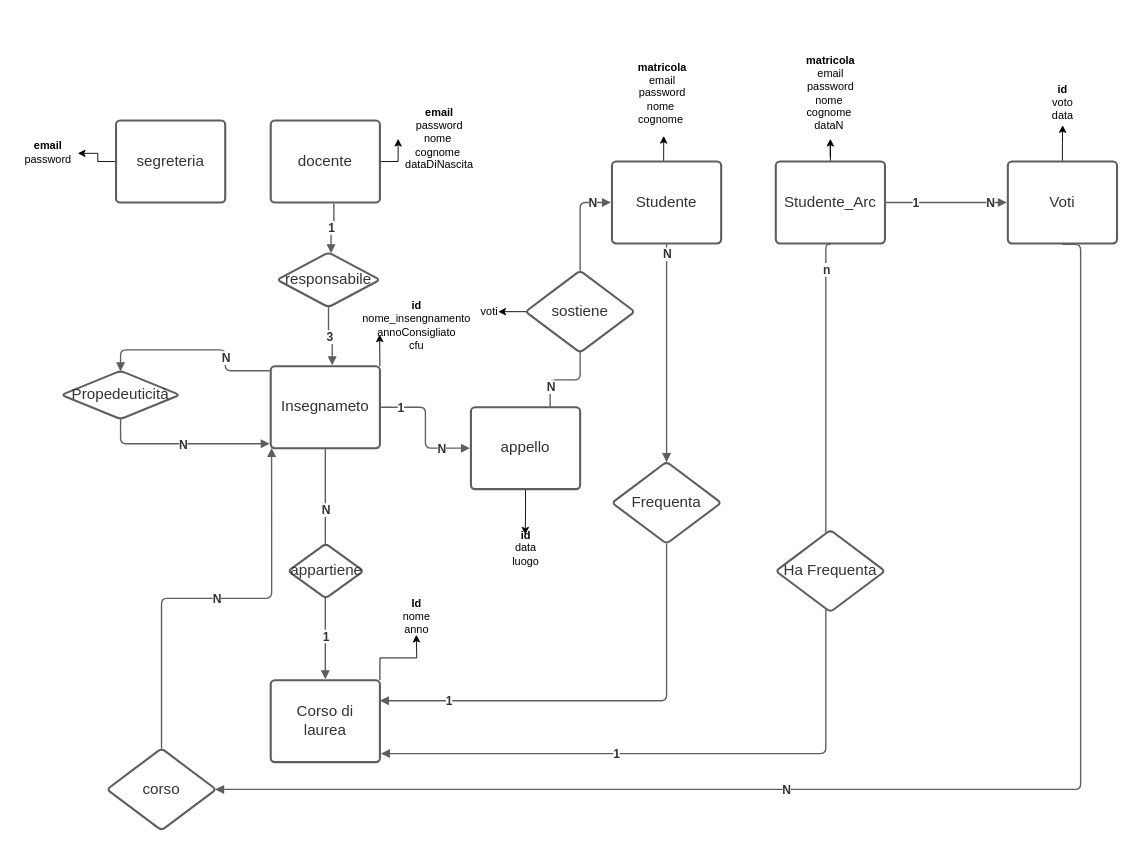
MartinWWDC/EsameLabBasiDiDati keeps this draw.io diagram as Diagramma senza titolo.drawio. Above is the earlier version. Source tidied: cells renumbered, new cells numbered last; positions are measured from the earlier drawing's top-left corner, leaving out a move shared by most shapes. Both pictures are drawn from the tidied source at 91%, with x=0, y=0 at pixel (15, 47).
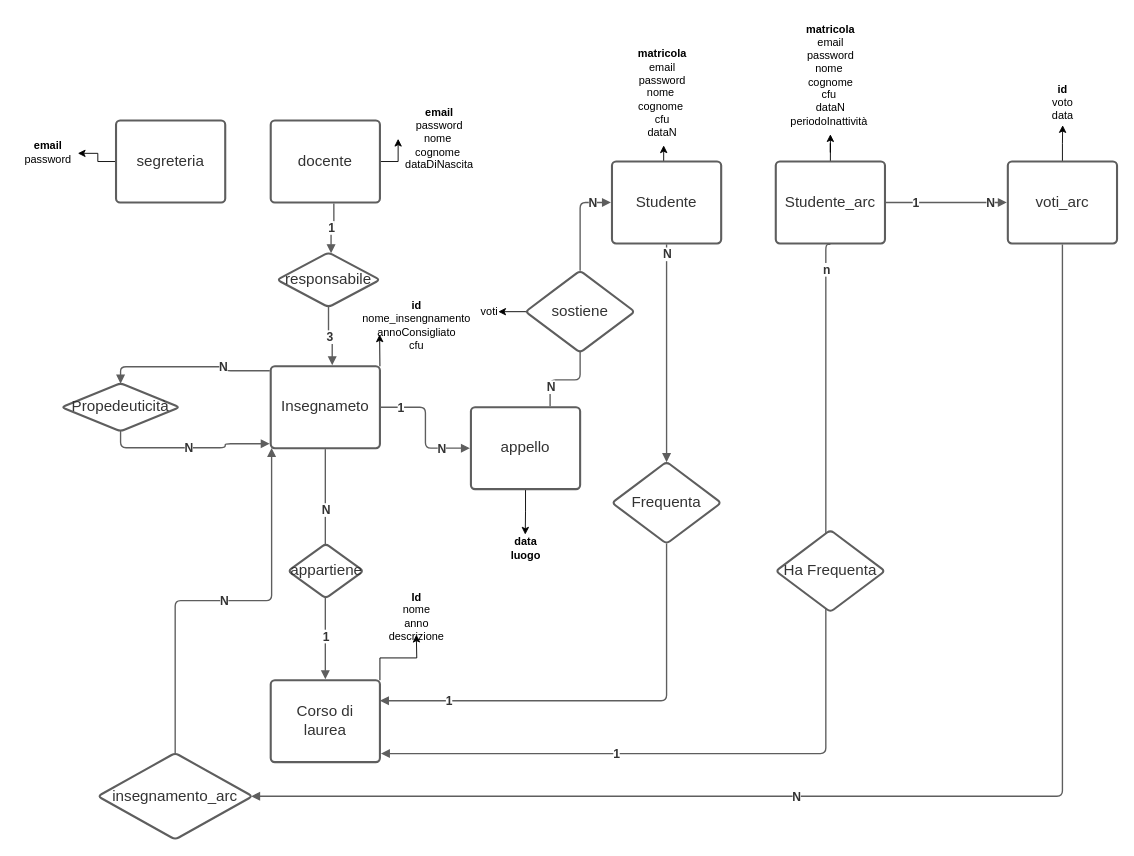
The same diagram, later.

What changed in the source:
```diff
@@
     <mxCell id="31" value="Propedeuticità" style="html=1;overflow=block;blockSpacing=1;whiteSpace=wrap;rhombus;fontSize=16.7;fontColor=#333333;spacing=3.8;strokeColor=#5e5e5e;strokeOpacity=100;rounded=1;absoluteArcSize=1;arcSize=9;strokeWidth=2.3;lucidId=iEYZwo-T4-ZH;" parent="1" vertex="1">
-      <mxGeometry x="50" y="355" width="130" height="53" as="geometry" />
+      <mxGeometry x="50" y="368.5" width="130" height="53" as="geometry" />
     </mxCell>
@@
-    <mxCell id="39" value="Studente_Arc" style="html=1;overflow=block;blockSpacing=1;whiteSpace=wrap;fontSize=16.7;fontColor=#333333;spacing=9;strokeColor=#5e5e5e;strokeOpacity=100;rounded=1;absoluteArcSize=1;arcSize=9;strokeWidth=2.3;lucidId=5dZZgvOSPA.B;" parent="1" vertex="1">
+    <mxCell id="39" value="Studente_arc" style="html=1;overflow=block;blockSpacing=1;whiteSpace=wrap;fontSize=16.7;fontColor=#333333;spacing=9;strokeColor=#5e5e5e;strokeOpacity=100;rounded=1;absoluteArcSize=1;arcSize=9;strokeWidth=2.3;lucidId=5dZZgvOSPA.B;" parent="1" vertex="1">
       <mxGeometry x="835" y="125" width="120" height="90" as="geometry" />
     </mxCell>
@@
-    <mxCell id="48" value="Voti" style="html=1;overflow=block;blockSpacing=1;whiteSpace=wrap;fontSize=16.7;fontColor=#333333;spacing=9;strokeColor=#5e5e5e;strokeOpacity=100;rounded=1;absoluteArcSize=1;arcSize=9;strokeWidth=2.3;lucidId=IkZZc8FUXFHt;" parent="1" vertex="1">
+    <mxCell id="48" value="voti_arc" style="html=1;overflow=block;blockSpacing=1;whiteSpace=wrap;fontSize=16.7;fontColor=#333333;spacing=9;strokeColor=#5e5e5e;strokeOpacity=100;rounded=1;absoluteArcSize=1;arcSize=9;strokeWidth=2.3;lucidId=IkZZc8FUXFHt;" parent="1" vertex="1">
       <mxGeometry x="1090" y="125" width="120" height="90" as="geometry" />
     </mxCell>
     <mxCell id="49" style="html=1;jettySize=18;whiteSpace=wrap;fontSize=13;strokeColor=#5E5E5E;strokeWidth=1.5;rounded=1;arcSize=12;edgeStyle=orthogonalEdgeStyle;startArrow=none;endArrow=block;endFill=1;exitX=0.5;exitY=1.012;exitPerimeter=0;entryX=0.991;entryY=0.5;entryPerimeter=0;lucidId=Bbj04BpzYJIC;" parent="1" edge="1" source="48" target="51">
       <mxGeometry relative="1" as="geometry">
         <Array as="points">
-          <mxPoint x="1170" y="216" />
-          <mxPoint x="1170" y="815" />
+          <mxPoint x="1150" y="823" />
         </Array>
       </mxGeometry>
     </mxCell>
@@
-    <mxCell id="51" value="corso" style="html=1;overflow=block;blockSpacing=1;whiteSpace=wrap;rhombus;fontSize=16.7;fontColor=#333333;spacing=3.8;strokeColor=#5e5e5e;strokeOpacity=100;rounded=1;absoluteArcSize=1;arcSize=9;strokeWidth=2.3;lucidId=Cbj0WAT~JnRN;" parent="1" vertex="1">
-      <mxGeometry x="100" y="770" width="120" height="90" as="geometry" />
+    <mxCell id="51" value="insegnamento_arc" style="html=1;overflow=block;blockSpacing=1;whiteSpace=wrap;rhombus;fontSize=16.7;fontColor=#333333;spacing=3.8;strokeColor=#5e5e5e;strokeOpacity=100;rounded=1;absoluteArcSize=1;arcSize=9;strokeWidth=2.3;lucidId=Cbj0WAT~JnRN;" parent="1" vertex="1">
+      <mxGeometry x="90" y="775" width="170" height="95" as="geometry" />
     </mxCell>
@@
-    <mxCell id="60" value="&lt;b&gt;matricola&lt;/b&gt;&lt;br&gt;email&lt;br&gt;password&lt;br&gt;nome&amp;nbsp;&lt;br&gt;cognome&amp;nbsp;" style="text;html=1;align=center;verticalAlign=middle;points=[];strokeColor=none;fillColor=none;" parent="1" vertex="1">
-      <mxGeometry x="670" y="5" width="80" height="90" as="geometry" />
+    <mxCell id="60" value="&lt;b&gt;matricola&lt;/b&gt;&lt;br&gt;email&lt;br&gt;password&lt;br&gt;nome&amp;nbsp;&lt;br&gt;cognome&amp;nbsp;&lt;br&gt;cfu&lt;br&gt;dataN" style="text;html=1;align=center;verticalAlign=middle;points=[];strokeColor=none;fillColor=none;" parent="1" vertex="1">
+      <mxGeometry x="670" y="-5" width="80" height="110" as="geometry" />
     </mxCell>
-    <mxCell id="61" value="&lt;b&gt;matricola&lt;/b&gt;&lt;br&gt;email&lt;br&gt;password&lt;br&gt;nome&amp;nbsp;&lt;br&gt;cognome&amp;nbsp;&lt;br&gt;dataN&amp;nbsp;" style="text;html=1;align=center;verticalAlign=middle;points=[];strokeColor=none;fillColor=none;" parent="1" vertex="1">
-      <mxGeometry x="855" width="80" height="100" as="geometry" />
+    <mxCell id="61" value="&lt;b&gt;matricola&lt;/b&gt;&lt;br&gt;email&lt;br&gt;password&lt;br&gt;nome&amp;nbsp;&lt;br&gt;cognome&lt;br&gt;cfu&amp;nbsp;&lt;br&gt;dataN&lt;br&gt;periodoInattività&amp;nbsp;" style="text;html=1;align=center;verticalAlign=middle;points=[];strokeColor=none;fillColor=none;" parent="1" vertex="1">
+      <mxGeometry x="840" y="-35" width="110" height="130" as="geometry" />
     </mxCell>
@@
-    <mxCell id="64" value="&lt;b&gt;id&lt;/b&gt;&lt;br&gt;data&lt;br&gt;luogo" style="text;html=1;align=center;verticalAlign=middle;strokeColor=none;fillColor=none;" parent="1" vertex="1">
-      <mxGeometry x="535" y="520" width="50" height="60" as="geometry" />
+    <mxCell id="64" value="&lt;b&gt;data&lt;br&gt;luogo&lt;/b&gt;" style="text;html=1;align=center;verticalAlign=middle;strokeColor=none;fillColor=none;" parent="1" vertex="1">
+      <mxGeometry x="530" y="530" width="60" height="40" as="geometry" />
     </mxCell>
-    <mxCell id="65" value="&lt;b&gt;Id&lt;/b&gt;&lt;br&gt;nome&lt;br&gt;anno" style="text;html=1;align=center;verticalAlign=middle;strokeColor=none;fillColor=none;" parent="1" vertex="1">
-      <mxGeometry x="415" y="595" width="50" height="60" as="geometry" />
+    <mxCell id="65" value="&lt;b&gt;Id&lt;/b&gt;&lt;br&gt;nome&lt;br&gt;anno&lt;br&gt;descrizione" style="text;html=1;align=center;verticalAlign=middle;strokeColor=none;fillColor=none;" parent="1" vertex="1">
+      <mxGeometry x="400" y="590" width="80" height="70" as="geometry" />
     </mxCell>
```
